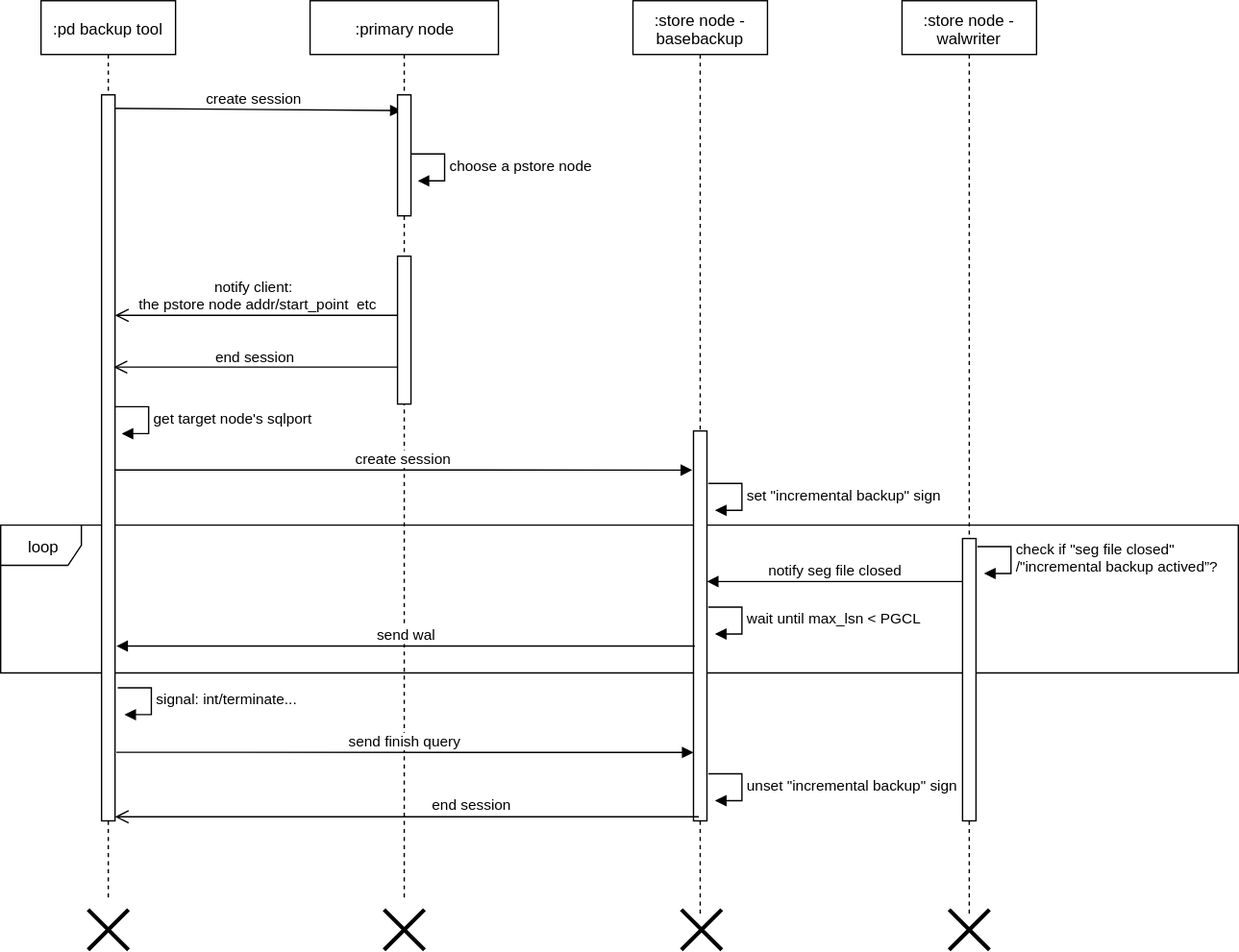
This is attachments/1648606565569.drawio.svg from simbahebinbo/smallfat.github.io, a draw.io export, as it was before one commit. Source tidied: cells renumbered, new cells last; positions are measured from the earlier drawing's top-left corner, leaving out a move shared by most shapes.
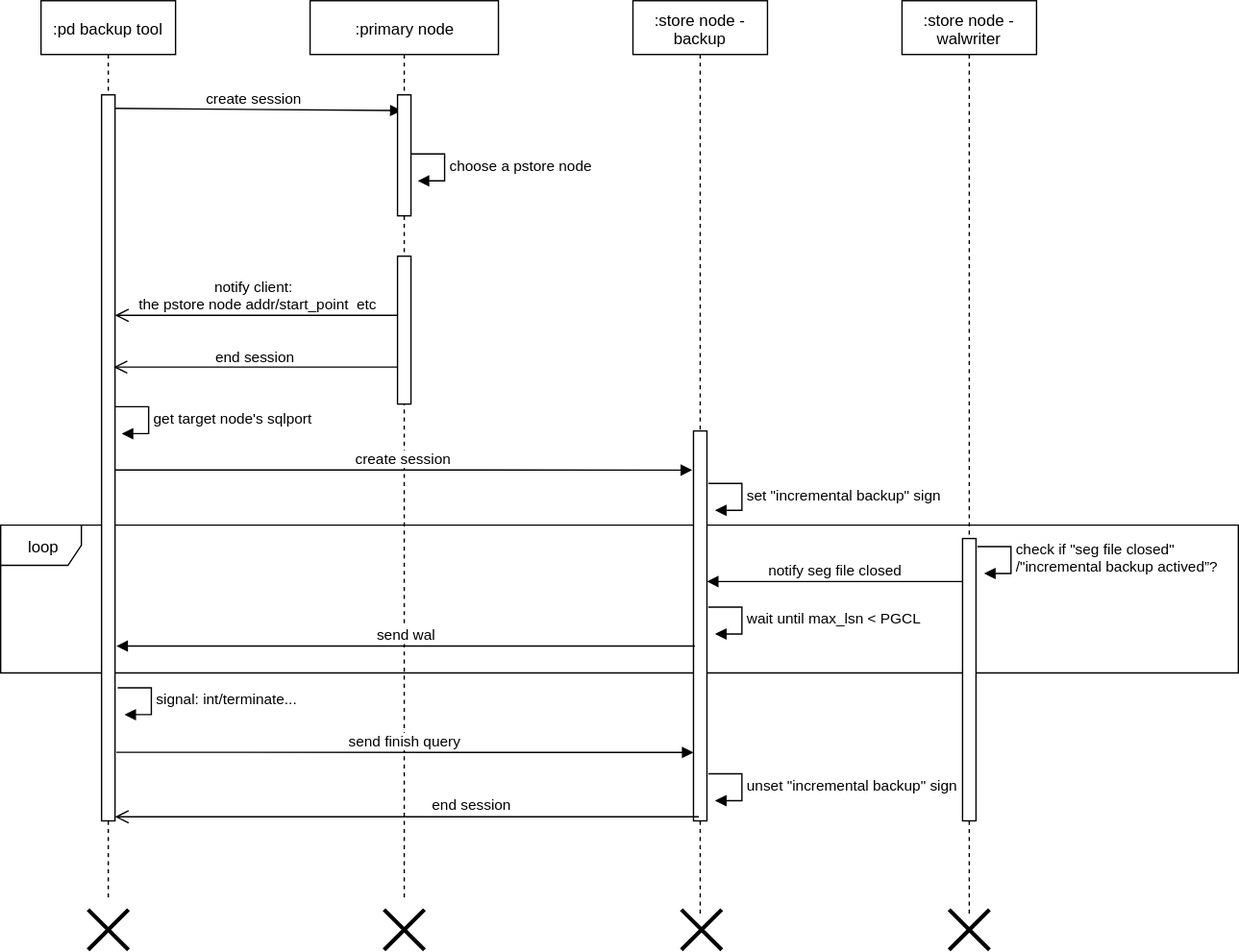
Later version of the same file.

Commit message:
添加附件 : attachments/1648606565569.drawio.svg

What changed in the source:
```diff
@@ -40,7 +40,7 @@
     <mxCell id="11" style="html=1;perimeter=orthogonalPerimeter;" parent="7" vertex="1">
       <mxGeometry x="65" y="70" width="10" height="90" as="geometry" />
     </mxCell>
-    <mxCell id="12" value=":store node - basebackup" style="shape=umlLifeline;perimeter=lifelinePerimeter;whiteSpace=wrap;html=1;" parent="1" vertex="1">
+    <mxCell id="12" value=":store node - backup" style="shape=umlLifeline;perimeter=lifelinePerimeter;whiteSpace=wrap;html=1;" parent="1" vertex="1">
       <mxGeometry x="470" width="100" height="680" as="geometry" />
     </mxCell>
     <mxCell id="13" style="html=1;perimeter=orthogonalPerimeter;" parent="12" vertex="1">
```
